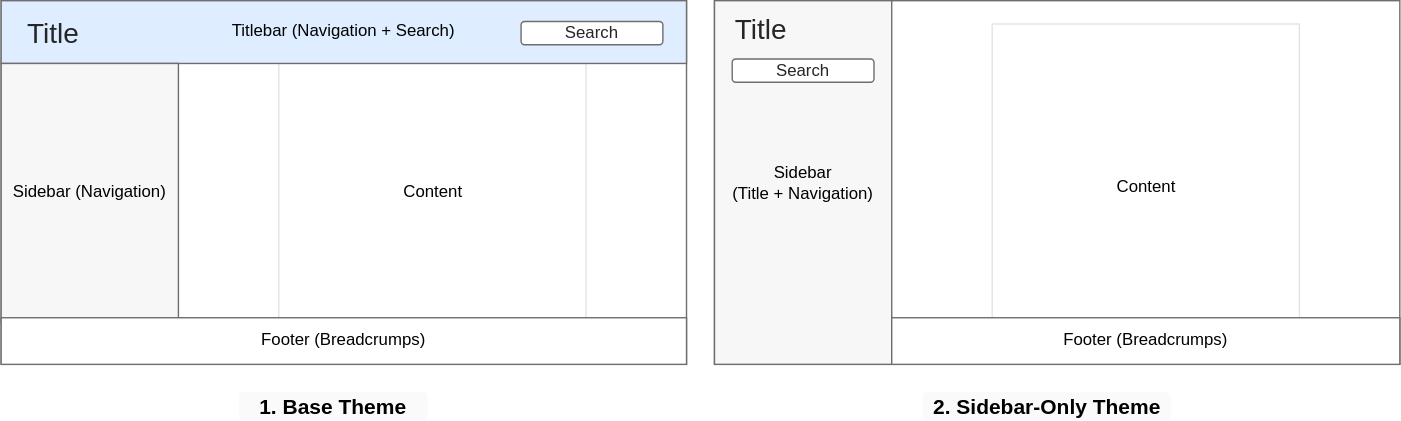
Before: img/theme-variants.drawio.svg, a diagram exported from draw.io (jothepro/doxygen-awesome-css). Source tidied: cells renumbered, new cells last; positions are measured from the earlier drawing's top-left corner, leaving out a move shared by most shapes. Source of this version:
```xml
<mxGraphModel>
  <root>
    <mxCell id="0" />
    <mxCell id="1" parent="0" />
    <mxCell id="2" value="1. Base Theme" style="text;html=1;align=center;verticalAlign=middle;whiteSpace=wrap;rounded=1;fontSize=15;fontStyle=1;fillColor=#FAFAFA;fontColor=#000000;" parent="1" vertex="1">
      <mxGeometry x="170" y="280" width="135" height="20" as="geometry" />
    </mxCell>
    <mxCell id="3" value="2. Sidebar-Only Theme" style="text;html=1;strokeColor=none;align=center;verticalAlign=middle;whiteSpace=wrap;rounded=1;fontSize=15;fontStyle=1;fontColor=#000000;fillColor=#FAFAFA;" parent="1" vertex="1">
      <mxGeometry x="658.8" y="280" width="177.5" height="20" as="geometry" />
    </mxCell>
    <mxCell id="4" style="group;" parent="1" vertex="1">
      <mxGeometry x="510" width="490" height="260" as="geometry" />
    </mxCell>
    <mxCell id="5" style="rounded=0;whiteSpace=wrap;html=1;strokeColor=#6E6E6E;" parent="4" vertex="1">
      <mxGeometry width="490" height="260" as="geometry" />
    </mxCell>
    <mxCell id="6" value="Content" style="rounded=0;whiteSpace=wrap;html=1;strokeColor=#E3E3E3;" parent="4" vertex="1">
      <mxGeometry x="198.5" y="16.7" width="219.7" height="233.3" as="geometry" />
    </mxCell>
    <mxCell id="7" value="Sidebar &lt;br&gt;(Title + Navigation)" style="rounded=0;whiteSpace=wrap;html=1;fillColor=#F7F7F7;strokeColor=#6E6E6E;" parent="4" vertex="1">
      <mxGeometry width="126.7" height="260" as="geometry" />
    </mxCell>
    <mxCell id="8" value="Footer (Breadcrumps)" style="rounded=0;whiteSpace=wrap;html=1;strokeColor=#6E6E6E;" parent="4" vertex="1">
      <mxGeometry x="126.7" y="226.7" width="363.3" height="33.3" as="geometry" />
    </mxCell>
    <mxCell id="9" value="Search" style="rounded=1;whiteSpace=wrap;html=1;strokeColor=#6E6E6E;fontColor=#262626;" parent="4" vertex="1">
      <mxGeometry x="12.7" y="41.7" width="101.4" height="16.7" as="geometry" />
    </mxCell>
    <mxCell id="10" value="&lt;font color=&quot;#262626&quot;&gt;Title&lt;/font&gt;" style="text;html=1;strokeColor=none;fillColor=none;align=left;verticalAlign=middle;whiteSpace=wrap;rounded=0;fontSize=20;" parent="4" vertex="1">
      <mxGeometry x="12.7" y="11.7" width="33.8" height="16.7" as="geometry" />
    </mxCell>
    <mxCell id="11" style="group;rounded=0;arcSize=5;" parent="1" vertex="1">
      <mxGeometry width="490" height="260" as="geometry" />
    </mxCell>
    <mxCell id="12" style="rounded=0;whiteSpace=wrap;html=1;strokeColor=#6E6E6E;glass=0;" parent="11" vertex="1">
      <mxGeometry width="490" height="260" as="geometry" />
    </mxCell>
    <mxCell id="13" value="Content" style="rounded=0;whiteSpace=wrap;html=1;strokeColor=#E3E3E3;" parent="11" vertex="1">
      <mxGeometry x="198.5" y="44.9" width="219.7" height="185.1" as="geometry" />
    </mxCell>
    <mxCell id="14" value="Titlebar (Navigation + Search)" style="rounded=0;whiteSpace=wrap;html=1;fillColor=#DEEDFF;strokeColor=#6E6E6E;" parent="11" vertex="1">
      <mxGeometry width="490" height="44.9" as="geometry" />
    </mxCell>
    <mxCell id="15" value="Sidebar (Navigation)" style="rounded=0;whiteSpace=wrap;html=1;fillColor=#F7F7F7;strokeColor=#6E6E6E;" parent="11" vertex="1">
      <mxGeometry y="44.9" width="126.7" height="185.1" as="geometry" />
    </mxCell>
    <mxCell id="16" value="Footer (Breadcrumps)" style="rounded=0;whiteSpace=wrap;html=1;strokeColor=#6E6E6E;" parent="11" vertex="1">
      <mxGeometry y="226.7" width="490" height="33.3" as="geometry" />
    </mxCell>
    <mxCell id="17" value="Search" style="rounded=1;whiteSpace=wrap;html=1;strokeColor=#6E6E6E;fontColor=#262626;" parent="11" vertex="1">
      <mxGeometry x="371.7" y="14.9" width="101.4" height="16.7" as="geometry" />
    </mxCell>
    <mxCell id="18" value="&lt;font color=&quot;#262626&quot;&gt;Title&lt;/font&gt;" style="text;html=1;strokeColor=none;fillColor=none;align=left;verticalAlign=middle;whiteSpace=wrap;rounded=0;fontSize=20;" parent="11" vertex="1">
      <mxGeometry x="16.9" y="14.9" width="33.8" height="16.7" as="geometry" />
    </mxCell>
  </root>
</mxGraphModel>
```
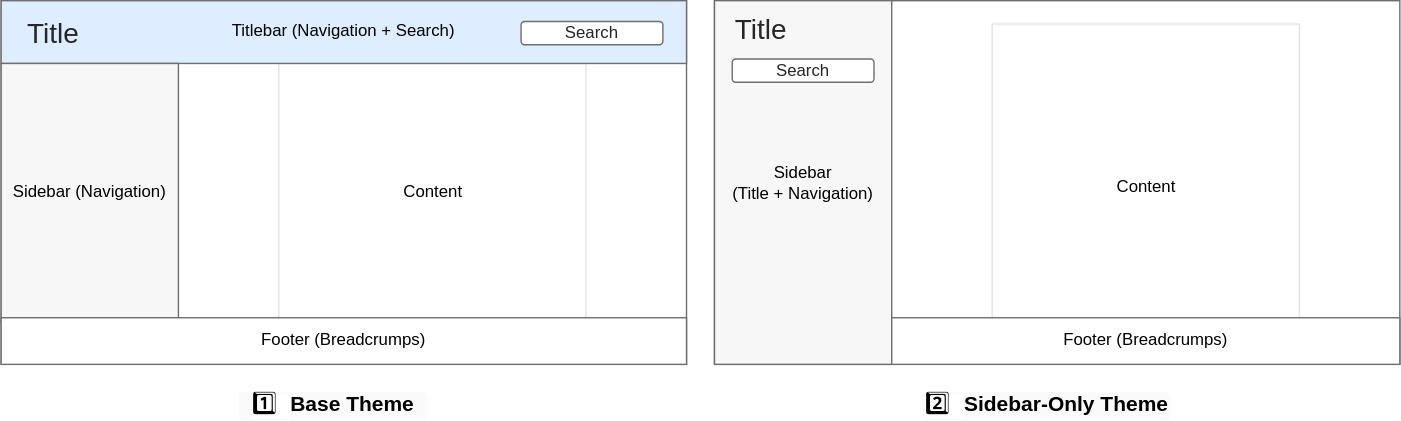
After the commit.

The edit, as a diff of the source:
```diff
@@ -2,10 +2,10 @@
   <root>
     <mxCell id="0" />
     <mxCell id="1" parent="0" />
-    <mxCell id="2" value="1. Base Theme" style="text;html=1;align=center;verticalAlign=middle;whiteSpace=wrap;rounded=1;fontSize=15;fontStyle=1;fillColor=#FAFAFA;fontColor=#000000;" parent="1" vertex="1">
+    <mxCell id="2" value="&lt;span style=&quot;background-color: rgb(255, 255, 255); font-family: Menlo, Monaco, &amp;quot;Courier New&amp;quot;, monospace; font-weight: normal;&quot;&gt;&lt;font style=&quot;font-size: 16px;&quot;&gt;1️⃣&lt;/font&gt;&lt;/span&gt;&amp;nbsp;Base Theme" style="text;html=1;align=center;verticalAlign=middle;whiteSpace=wrap;rounded=1;fontSize=15;fontStyle=1;fillColor=#FAFAFA;fontColor=#000000;" parent="1" vertex="1">
       <mxGeometry x="170" y="280" width="135" height="20" as="geometry" />
     </mxCell>
-    <mxCell id="3" value="2. Sidebar-Only Theme" style="text;html=1;strokeColor=none;align=center;verticalAlign=middle;whiteSpace=wrap;rounded=1;fontSize=15;fontStyle=1;fontColor=#000000;fillColor=#FAFAFA;" parent="1" vertex="1">
+    <mxCell id="3" value="&lt;span style=&quot;background-color: rgb(255, 255, 255); font-family: Menlo, Monaco, &amp;quot;Courier New&amp;quot;, monospace; font-weight: normal;&quot;&gt;&lt;font style=&quot;font-size: 16px;&quot;&gt;2️⃣&lt;/font&gt;&lt;/span&gt;&amp;nbsp;Sidebar-Only Theme" style="text;html=1;strokeColor=none;align=center;verticalAlign=middle;whiteSpace=wrap;rounded=1;fontSize=15;fontStyle=1;fontColor=#000000;fillColor=#FAFAFA;" parent="1" vertex="1">
       <mxGeometry x="658.8" y="280" width="177.5" height="20" as="geometry" />
     </mxCell>
     <mxCell id="4" style="group;" parent="1" vertex="1">
```
